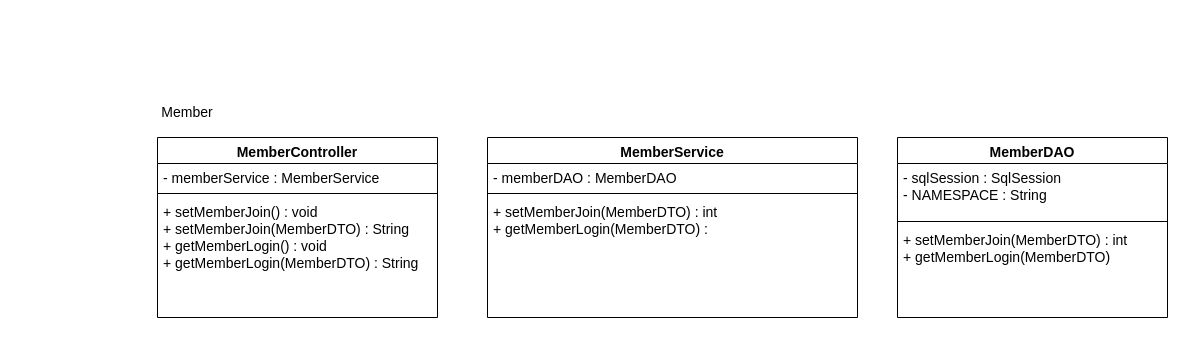
This is page "페이지-3" (3 of 4) of 제목 없는 다이어그램.drawio from qwdfd1/GDJ60_Spring, a draw.io file, before an edit. Source tidied: cells renumbered, new cells numbered last; positions are measured from the earlier drawing's top-left corner, leaving out a move shared by most shapes. Both pictures are drawn from the tidied source at 100%, with x=0, y=0 at pixel (157, 97).
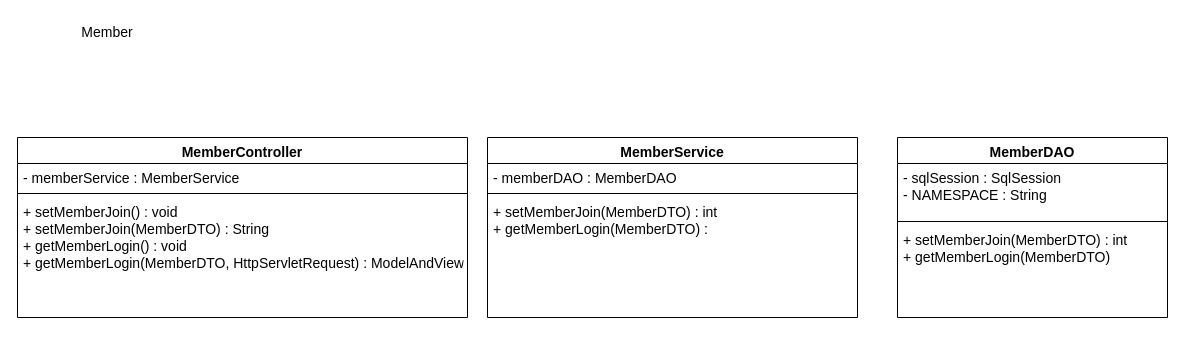
Above is the later version.

Commit message:
제목 없는 다이어그램.drawio 업데이트

The edit, as a diff of the source:
```diff
@@
 <mxGraphModel>
   <root>
     <mxCell id="0" />
     <mxCell id="1" parent="0" />
     <mxCell id="2" value="Member" style="text;html=1;strokeColor=none;fillColor=none;align=center;verticalAlign=middle;whiteSpace=wrap;rounded=0;fontSize=14;" parent="1" vertex="1">
-      <mxGeometry width="60" height="30" as="geometry" />
+      <mxGeometry x="-80" y="-80" width="60" height="30" as="geometry" />
     </mxCell>
     <mxCell id="3" value="MemberDAO" style="swimlane;fontStyle=1;align=center;verticalAlign=top;horizontal=1;startSize=26;fontSize=14;" parent="1" vertex="1">
       <mxGeometry x="740" y="40" width="270" height="180" as="geometry" />
     </mxCell>
     <mxCell id="4" value="- sqlSession : SqlSession&#10;- NAMESPACE : String" style="text;strokeColor=none;fillColor=none;align=left;verticalAlign=top;spacingLeft=4;spacingRight=4;overflow=hidden;fontSize=14;" parent="3" vertex="1">
       <mxGeometry y="26" width="270" height="54" as="geometry" />
     </mxCell>
     <mxCell id="5" style="line;strokeWidth=1;fillColor=none;align=left;verticalAlign=middle;spacingTop=-1;spacingLeft=3;spacingRight=3;labelPosition=right;strokeColor=inherit;fontSize=14;" parent="3" vertex="1">
       <mxGeometry y="80" width="270" height="8" as="geometry" />
     </mxCell>
     <mxCell id="6" value="+ setMemberJoin(MemberDTO) : int &#10;+ getMemberLogin(MemberDTO) " style="text;strokeColor=none;fillColor=none;align=left;verticalAlign=top;spacingLeft=4;spacingRight=4;overflow=hidden;fontSize=14;" parent="3" vertex="1">
       <mxGeometry y="88" width="270" height="92" as="geometry" />
     </mxCell>
     <mxCell id="7" value="MemberService" style="swimlane;fontStyle=1;align=center;verticalAlign=top;horizontal=1;startSize=26;fontSize=14;" parent="1" vertex="1">
       <mxGeometry x="330" y="40" width="370" height="180" as="geometry" />
     </mxCell>
     <mxCell id="8" value="- memberDAO : MemberDAO" style="text;strokeColor=none;fillColor=none;align=left;verticalAlign=top;spacingLeft=4;spacingRight=4;overflow=hidden;fontSize=14;" parent="7" vertex="1">
       <mxGeometry y="26" width="370" height="26" as="geometry" />
     </mxCell>
     <mxCell id="9" style="line;strokeWidth=1;fillColor=none;align=left;verticalAlign=middle;spacingTop=-1;spacingLeft=3;spacingRight=3;labelPosition=right;strokeColor=inherit;fontSize=14;" parent="7" vertex="1">
       <mxGeometry y="52" width="370" height="8" as="geometry" />
     </mxCell>
     <mxCell id="10" value="+ setMemberJoin(MemberDTO) : int&#10;+ getMemberLogin(MemberDTO) : " style="text;strokeColor=none;fillColor=none;align=left;verticalAlign=top;spacingLeft=4;spacingRight=4;overflow=hidden;fontSize=14;" parent="7" vertex="1">
       <mxGeometry y="60" width="370" height="120" as="geometry" />
     </mxCell>
     <mxCell id="11" value="MemberController&#10;" style="swimlane;fontStyle=1;align=center;verticalAlign=top;horizontal=1;startSize=26;fontSize=14;" parent="1" vertex="1">
-      <mxGeometry y="40" width="280" height="180" as="geometry" />
+      <mxGeometry x="-140" y="40" width="450" height="180" as="geometry" />
     </mxCell>
     <mxCell id="12" value="- memberService : MemberService" style="text;strokeColor=none;fillColor=none;align=left;verticalAlign=top;spacingLeft=4;spacingRight=4;overflow=hidden;fontSize=14;" parent="11" vertex="1">
-      <mxGeometry y="26" width="280" height="26" as="geometry" />
+      <mxGeometry y="26" width="450" height="26" as="geometry" />
     </mxCell>
     <mxCell id="13" style="line;strokeWidth=1;fillColor=none;align=left;verticalAlign=middle;spacingTop=-1;spacingLeft=3;spacingRight=3;labelPosition=right;strokeColor=inherit;fontSize=14;" parent="11" vertex="1">
-      <mxGeometry y="52" width="280" height="8" as="geometry" />
+      <mxGeometry y="52" width="450" height="8" as="geometry" />
     </mxCell>
-    <mxCell id="14" value="+ setMemberJoin() : void&#10;+ setMemberJoin(MemberDTO) : String&#10;+ getMemberLogin() : void&#10;+ getMemberLogin(MemberDTO) : String" style="text;strokeColor=none;fillColor=none;align=left;verticalAlign=top;spacingLeft=4;spacingRight=4;overflow=hidden;fontSize=14;" parent="11" vertex="1">
-      <mxGeometry y="60" width="280" height="120" as="geometry" />
+    <mxCell id="14" value="+ setMemberJoin() : void&#10;+ setMemberJoin(MemberDTO) : String&#10;+ getMemberLogin() : void&#10;+ getMemberLogin(MemberDTO, HttpServletRequest) : ModelAndView" style="text;strokeColor=none;fillColor=none;align=left;verticalAlign=top;spacingLeft=4;spacingRight=4;overflow=hidden;fontSize=14;" parent="11" vertex="1">
+      <mxGeometry y="60" width="450" height="120" as="geometry" />
     </mxCell>
   </root>
 </mxGraphModel>
```
